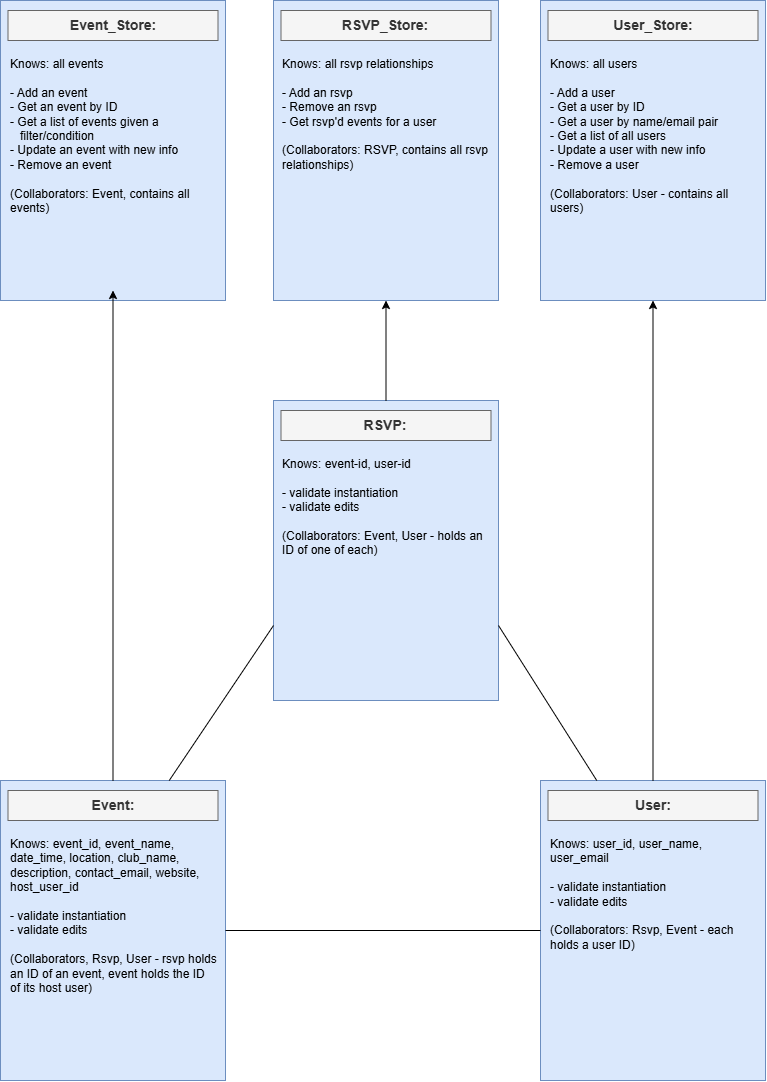
Before: MVP CRC Diagram.png, a diagram exported from draw.io (nfallin/campus-connect). Source tidied: cells renumbered, new cells last; positions are measured from the earlier drawing's top-left corner, leaving out a move shared by most shapes.
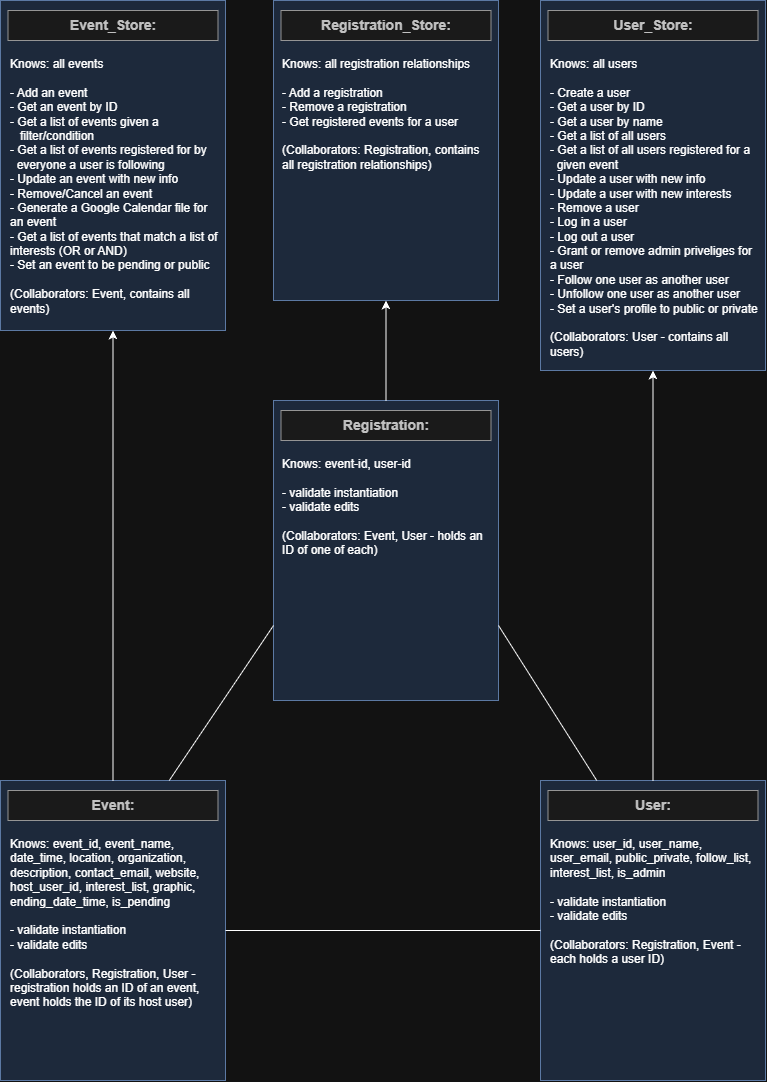
After the change.

What changed in the source:
```diff
@@ -17,16 +17,16 @@
     <mxCell id="6" value="&lt;font style=&quot;font-size: 14px;&quot;&gt;&lt;b&gt;User:&lt;/b&gt;&lt;/font&gt;" style="text;html=1;whiteSpace=wrap;strokeColor=#666666;fillColor=#f5f5f5;align=center;verticalAlign=top;rounded=0;fontColor=#333333;" parent="1" vertex="1">
       <mxGeometry x="547.5" y="790" width="210" height="30" as="geometry" />
     </mxCell>
-    <mxCell id="7" value="&lt;span style=&quot;font-size: 14px;&quot;&gt;&lt;b&gt;RSVP:&lt;/b&gt;&lt;/span&gt;" style="text;html=1;whiteSpace=wrap;strokeColor=#666666;fillColor=#f5f5f5;align=center;verticalAlign=top;rounded=0;fontColor=#333333;" parent="1" vertex="1">
+    <mxCell id="7" value="&lt;span style=&quot;font-size: 14px;&quot;&gt;&lt;b&gt;Registration:&lt;/b&gt;&lt;/span&gt;" style="text;html=1;whiteSpace=wrap;strokeColor=#666666;fillColor=#f5f5f5;align=center;verticalAlign=top;rounded=0;fontColor=#333333;" parent="1" vertex="1">
       <mxGeometry x="280.5" y="410" width="210" height="30" as="geometry" />
     </mxCell>
-    <mxCell id="8" value="Knows: event_id, event_name, date_time, location, club_name, description, contact_email, website, host_user_id&lt;div&gt;&lt;br&gt;&lt;/div&gt;&lt;div&gt;- validate instantiation&lt;/div&gt;&lt;div&gt;- validate edits&lt;/div&gt;&lt;div&gt;&lt;br&gt;&lt;/div&gt;&lt;div&gt;(Collaborators, Rsvp, User - rsvp holds an ID of an event, event holds the ID of its host user)&lt;/div&gt;" style="text;html=1;whiteSpace=wrap;strokeColor=none;fillColor=none;align=left;verticalAlign=top;rounded=0;" parent="1" vertex="1">
+    <mxCell id="8" value="Knows: event_id, event_name, date_time, location, organization, description, contact_email, website, host_user_id, interest_list, graphic, ending_date_time, is_pending&lt;div&gt;&lt;br&gt;&lt;/div&gt;&lt;div&gt;- validate instantiation&lt;/div&gt;&lt;div&gt;- validate edits&lt;/div&gt;&lt;div&gt;&lt;br&gt;&lt;/div&gt;&lt;div&gt;(Collaborators, Registration, User - registration holds an ID of an event, event holds the ID of its host user)&lt;/div&gt;" style="text;html=1;whiteSpace=wrap;strokeColor=none;fillColor=none;align=left;verticalAlign=top;rounded=0;" parent="1" vertex="1">
       <mxGeometry x="7.5" y="830" width="210" height="240" as="geometry" />
     </mxCell>
     <mxCell id="9" value="Knows: event-id, user-id&lt;div&gt;&lt;br&gt;&lt;/div&gt;&lt;div&gt;&lt;div&gt;- validate instantiation&lt;/div&gt;&lt;div&gt;- validate edits&lt;/div&gt;&lt;/div&gt;&lt;div&gt;&lt;br&gt;&lt;/div&gt;&lt;div&gt;(Collaborators: Event, User - holds an ID of one of each)&lt;/div&gt;" style="text;html=1;whiteSpace=wrap;strokeColor=none;fillColor=none;align=left;verticalAlign=top;rounded=0;" parent="1" vertex="1">
       <mxGeometry x="280" y="450" width="210" height="240" as="geometry" />
     </mxCell>
-    <mxCell id="10" value="Knows: user_id, user_name, user_email&lt;div&gt;&lt;br&gt;&lt;/div&gt;&lt;div&gt;&lt;div&gt;- validate instantiation&lt;/div&gt;&lt;div&gt;- validate edits&lt;/div&gt;&lt;/div&gt;&lt;div&gt;&lt;br&gt;&lt;/div&gt;&lt;div&gt;(Collaborators: Rsvp, Event - each holds a user ID)&lt;/div&gt;&lt;div&gt;&lt;br&gt;&lt;/div&gt;&lt;div&gt;&lt;br&gt;&lt;/div&gt;" style="text;html=1;whiteSpace=wrap;strokeColor=none;fillColor=none;align=left;verticalAlign=top;rounded=0;" parent="1" vertex="1">
+    <mxCell id="10" value="Knows: user_id, user_name, user_email, public_private, follow_list, interest_list, is_admin&lt;div&gt;&lt;br&gt;&lt;/div&gt;&lt;div&gt;&lt;div&gt;- validate instantiation&lt;/div&gt;&lt;div&gt;- validate edits&lt;/div&gt;&lt;/div&gt;&lt;div&gt;&lt;br&gt;&lt;/div&gt;&lt;div&gt;(Collaborators: Registration, Event - each holds a user ID)&lt;/div&gt;&lt;div&gt;&lt;br&gt;&lt;/div&gt;&lt;div&gt;&lt;br&gt;&lt;/div&gt;" style="text;html=1;whiteSpace=wrap;strokeColor=none;fillColor=none;align=left;verticalAlign=top;rounded=0;" parent="1" vertex="1">
       <mxGeometry x="547.5" y="830" width="210" height="240" as="geometry" />
     </mxCell>
     <mxCell id="11" style="endArrow=none;html=1;rounded=0;defaultLabelBackgroundColor=page;exitX=1;exitY=0.5;exitDx=0;exitDy=0;entryX=0;entryY=0.5;entryDx=0;entryDy=0;" parent="1" edge="1" source="3" target="4">
@@ -39,10 +39,10 @@
       <mxGeometry relative="1" as="geometry" />
     </mxCell>
     <mxCell id="14" style="rounded=0;whiteSpace=wrap;html=1;fillColor=#dae8fc;strokeColor=#6c8ebf;" parent="1" vertex="1">
-      <mxGeometry width="225" height="300" as="geometry" />
+      <mxGeometry width="225" height="330" as="geometry" />
     </mxCell>
     <mxCell id="15" style="rounded=0;whiteSpace=wrap;html=1;fillColor=#dae8fc;strokeColor=#6c8ebf;" parent="1" vertex="1">
-      <mxGeometry x="540" width="225" height="300" as="geometry" />
+      <mxGeometry x="540" width="225" height="370" as="geometry" />
     </mxCell>
     <mxCell id="16" value="&lt;font style=&quot;font-size: 14px;&quot;&gt;&lt;b&gt;Event_Store:&lt;/b&gt;&lt;/font&gt;" style="text;html=1;whiteSpace=wrap;strokeColor=#666666;fillColor=#f5f5f5;align=center;verticalAlign=top;rounded=0;fontColor=#333333;" parent="1" vertex="1">
       <mxGeometry x="7.5" y="10" width="210" height="30" as="geometry" />
@@ -50,22 +50,22 @@
     <mxCell id="17" value="&lt;font style=&quot;font-size: 14px;&quot;&gt;&lt;b&gt;User_Store:&lt;/b&gt;&lt;/font&gt;" style="text;html=1;whiteSpace=wrap;strokeColor=#666666;fillColor=#f5f5f5;align=center;verticalAlign=top;rounded=0;fontColor=#333333;" parent="1" vertex="1">
       <mxGeometry x="547.5" y="10" width="210" height="30" as="geometry" />
     </mxCell>
-    <mxCell id="18" value="Knows: all events&lt;div&gt;&lt;br&gt;&lt;/div&gt;&lt;div&gt;- Add an event&lt;/div&gt;&lt;div&gt;- Get an event by ID&lt;/div&gt;&lt;div&gt;- Get a list of events given a&amp;nbsp; &amp;nbsp; &amp;nbsp; &amp;nbsp; &amp;nbsp; &amp;nbsp; &amp;nbsp; &amp;nbsp; &amp;nbsp; &amp;nbsp; &amp;nbsp;filter/condition&lt;/div&gt;&lt;div&gt;- Update an event with new info&lt;/div&gt;&lt;div&gt;- Remove an event&lt;/div&gt;&lt;div&gt;&lt;br&gt;&lt;/div&gt;&lt;div&gt;(Collaborators: Event, contains all events)&lt;/div&gt;" style="text;html=1;whiteSpace=wrap;strokeColor=none;fillColor=none;align=left;verticalAlign=top;rounded=0;" parent="1" vertex="1">
+    <mxCell id="18" value="Knows: all events&lt;div&gt;&lt;br&gt;&lt;/div&gt;&lt;div&gt;- Add an event&lt;/div&gt;&lt;div&gt;- Get an event by ID&lt;/div&gt;&lt;div&gt;- Get a list of events given a&amp;nbsp; &amp;nbsp; &amp;nbsp; &amp;nbsp; &amp;nbsp; &amp;nbsp; &amp;nbsp; &amp;nbsp; &amp;nbsp; &amp;nbsp; &amp;nbsp;filter/condition&lt;/div&gt;&lt;div&gt;- Get a list of events registered for by&amp;nbsp; &amp;nbsp; &amp;nbsp; everyone a user is following&lt;/div&gt;&lt;div&gt;- Update an event with new info&lt;/div&gt;&lt;div&gt;- Remove/Cancel an event&lt;br&gt;- Generate a Google Calendar file for an event&lt;/div&gt;&lt;div&gt;- Get a list of events that match a list of interests (OR or AND)&lt;/div&gt;&lt;div&gt;- Set an event to be pending or public&lt;/div&gt;&lt;div&gt;&lt;br&gt;&lt;/div&gt;&lt;div&gt;(Collaborators: Event, contains all events)&lt;/div&gt;" style="text;html=1;whiteSpace=wrap;strokeColor=none;fillColor=none;align=left;verticalAlign=top;rounded=0;" parent="1" vertex="1">
       <mxGeometry x="7.5" y="50" width="210" height="240" as="geometry" />
     </mxCell>
-    <mxCell id="19" value="Knows: all users&lt;div&gt;&lt;br&gt;&lt;/div&gt;&lt;div&gt;- Add a user&lt;/div&gt;&lt;div&gt;- Get a user by ID&lt;/div&gt;&lt;div&gt;- Get a user by name/email pair&lt;/div&gt;&lt;div&gt;- Get a list of all users&lt;/div&gt;&lt;div&gt;- Update a user with new info&lt;/div&gt;&lt;div&gt;- Remove a user&lt;/div&gt;&lt;div&gt;&lt;br&gt;&lt;/div&gt;&lt;div&gt;(Collaborators: User - contains all users)&lt;/div&gt;&lt;div&gt;&lt;br&gt;&lt;/div&gt;&lt;div&gt;&lt;br&gt;&lt;/div&gt;" style="text;html=1;whiteSpace=wrap;strokeColor=none;fillColor=none;align=left;verticalAlign=top;rounded=0;" parent="1" vertex="1">
-      <mxGeometry x="547.5" y="50" width="210" height="240" as="geometry" />
+    <mxCell id="19" value="Knows: all users&lt;div&gt;&lt;br&gt;&lt;/div&gt;&lt;div&gt;- Create a user&lt;/div&gt;&lt;div&gt;- Get a user by ID&lt;/div&gt;&lt;div&gt;- Get a user by name&lt;/div&gt;&lt;div&gt;- Get a list of all users&lt;/div&gt;&lt;div&gt;- Get a list of all users registered for a&amp;nbsp; &amp;nbsp; given event&lt;/div&gt;&lt;div&gt;- Update a user with new info&lt;/div&gt;&lt;div&gt;- Update a user with new interests&lt;/div&gt;&lt;div&gt;- Remove a user&lt;/div&gt;&lt;div&gt;- Log in a user&lt;/div&gt;&lt;div&gt;- Log out a user&lt;br&gt;- Grant or remove admin priveliges for a user&lt;/div&gt;&lt;div&gt;- Follow one user as another user&lt;/div&gt;&lt;div&gt;- Unfollow one user as another user&lt;/div&gt;&lt;div&gt;- Set a user's profile to public or private&lt;/div&gt;&lt;div&gt;&lt;br&gt;&lt;/div&gt;&lt;div&gt;(Collaborators: User - contains all users)&lt;/div&gt;&lt;div&gt;&lt;br&gt;&lt;/div&gt;&lt;div&gt;&lt;br&gt;&lt;/div&gt;" style="text;html=1;whiteSpace=wrap;strokeColor=none;fillColor=none;align=left;verticalAlign=top;rounded=0;" parent="1" vertex="1">
+      <mxGeometry x="547.5" y="50" width="210" height="260" as="geometry" />
     </mxCell>
     <mxCell id="20" style="rounded=0;whiteSpace=wrap;html=1;fillColor=#dae8fc;strokeColor=#6c8ebf;" parent="1" vertex="1">
       <mxGeometry x="273" width="225" height="300" as="geometry" />
     </mxCell>
-    <mxCell id="21" value="&lt;span style=&quot;font-size: 14px;&quot;&gt;&lt;b&gt;RSVP_Store:&lt;/b&gt;&lt;/span&gt;" style="text;html=1;whiteSpace=wrap;strokeColor=#666666;fillColor=#f5f5f5;align=center;verticalAlign=top;rounded=0;fontColor=#333333;" parent="1" vertex="1">
+    <mxCell id="21" value="&lt;span style=&quot;font-size: 14px;&quot;&gt;&lt;b&gt;Registration&lt;/b&gt;&lt;/span&gt;&lt;b style=&quot;font-size: 14px; background-color: transparent; color: light-dark(rgb(51, 51, 51), rgb(193, 193, 193));&quot;&gt;_Store:&lt;/b&gt;" style="text;html=1;whiteSpace=wrap;strokeColor=#666666;fillColor=#f5f5f5;align=center;verticalAlign=top;rounded=0;fontColor=#333333;" parent="1" vertex="1">
       <mxGeometry x="280.5" y="10" width="210" height="30" as="geometry" />
     </mxCell>
-    <mxCell id="22" value="Knows: all rsvp relationships&lt;div&gt;&lt;br&gt;&lt;/div&gt;&lt;div&gt;- Add an rsvp&lt;/div&gt;&lt;div&gt;- Remove an rsvp&lt;/div&gt;&lt;div&gt;- Get rsvp'd events for a user&lt;/div&gt;&lt;div&gt;&lt;br&gt;&lt;/div&gt;&lt;div&gt;(Collaborators: RSVP, contains all rsvp relationships)&lt;/div&gt;" style="text;html=1;whiteSpace=wrap;strokeColor=none;fillColor=none;align=left;verticalAlign=top;rounded=0;" parent="1" vertex="1">
+    <mxCell id="22" value="Knows: all registration relationships&lt;div&gt;&lt;br&gt;&lt;/div&gt;&lt;div&gt;- Add a&amp;nbsp;&lt;span style=&quot;background-color: transparent; color: light-dark(#000000, var(--ge-light-color, #ffffff));&quot;&gt;registration&lt;/span&gt;&lt;/div&gt;&lt;div&gt;- Remove a&amp;nbsp;&lt;span style=&quot;background-color: transparent; color: light-dark(#000000, var(--ge-light-color, #ffffff));&quot;&gt;registration&lt;/span&gt;&lt;/div&gt;&lt;div&gt;- Get registered events for a user&lt;/div&gt;&lt;div&gt;&lt;br&gt;&lt;/div&gt;&lt;div&gt;(Collaborators: Registration, contains all registration relationships&lt;span style=&quot;background-color: transparent; color: light-dark(#000000, var(--ge-light-color, #ffffff));&quot;&gt;)&lt;/span&gt;&lt;/div&gt;" style="text;html=1;whiteSpace=wrap;strokeColor=none;fillColor=none;align=left;verticalAlign=top;rounded=0;" parent="1" vertex="1">
       <mxGeometry x="280" y="50" width="210" height="240" as="geometry" />
     </mxCell>
-    <mxCell id="23" style="endArrow=classic;html=1;rounded=0;defaultLabelBackgroundColor=page;exitX=0.5;exitY=0;exitDx=0;exitDy=0;entryX=0.5;entryY=1;entryDx=0;entryDy=0;" parent="1" edge="1" source="3" target="18">
+    <mxCell id="23" style="endArrow=classic;html=1;rounded=0;defaultLabelBackgroundColor=page;exitX=0.5;exitY=0;exitDx=0;exitDy=0;entryX=0.5;entryY=1;entryDx=0;entryDy=0;" parent="1" edge="1" source="3" target="14">
       <mxGeometry relative="1" as="geometry" />
     </mxCell>
     <mxCell id="24" style="endArrow=classic;html=1;rounded=0;defaultLabelBackgroundColor=page;exitX=0.5;exitY=0;exitDx=0;exitDy=0;entryX=0.5;entryY=1;entryDx=0;entryDy=0;" parent="1" edge="1" source="4" target="15">
```
